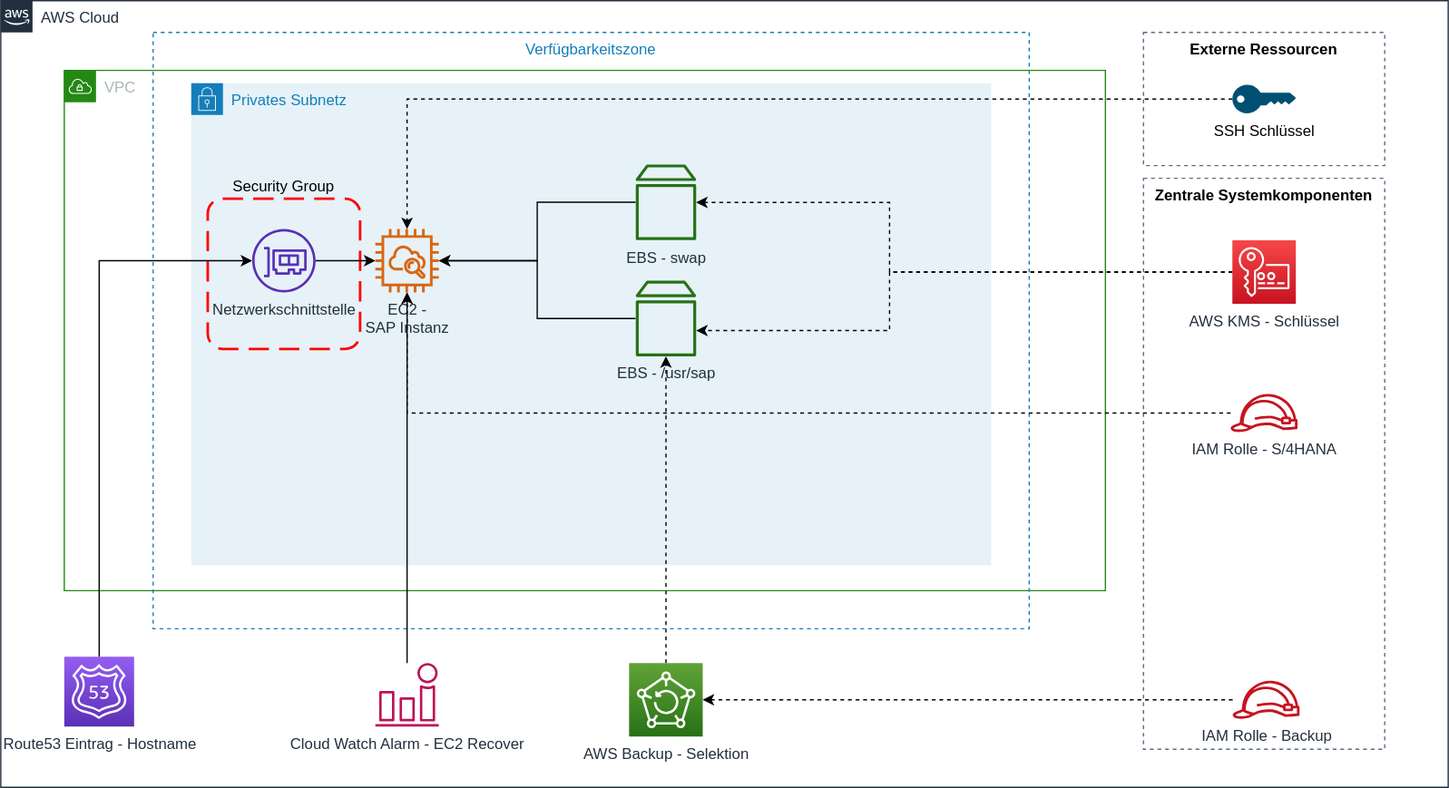
FlorianL-Git/aws-sap-iac keeps this draw.io diagram as modules/ascs/images/Architecture.svg. Above is the earlier version. Source tidied: cells renumbered, new cells last; positions are measured from the earlier drawing's top-left corner, leaving out a move shared by most shapes.
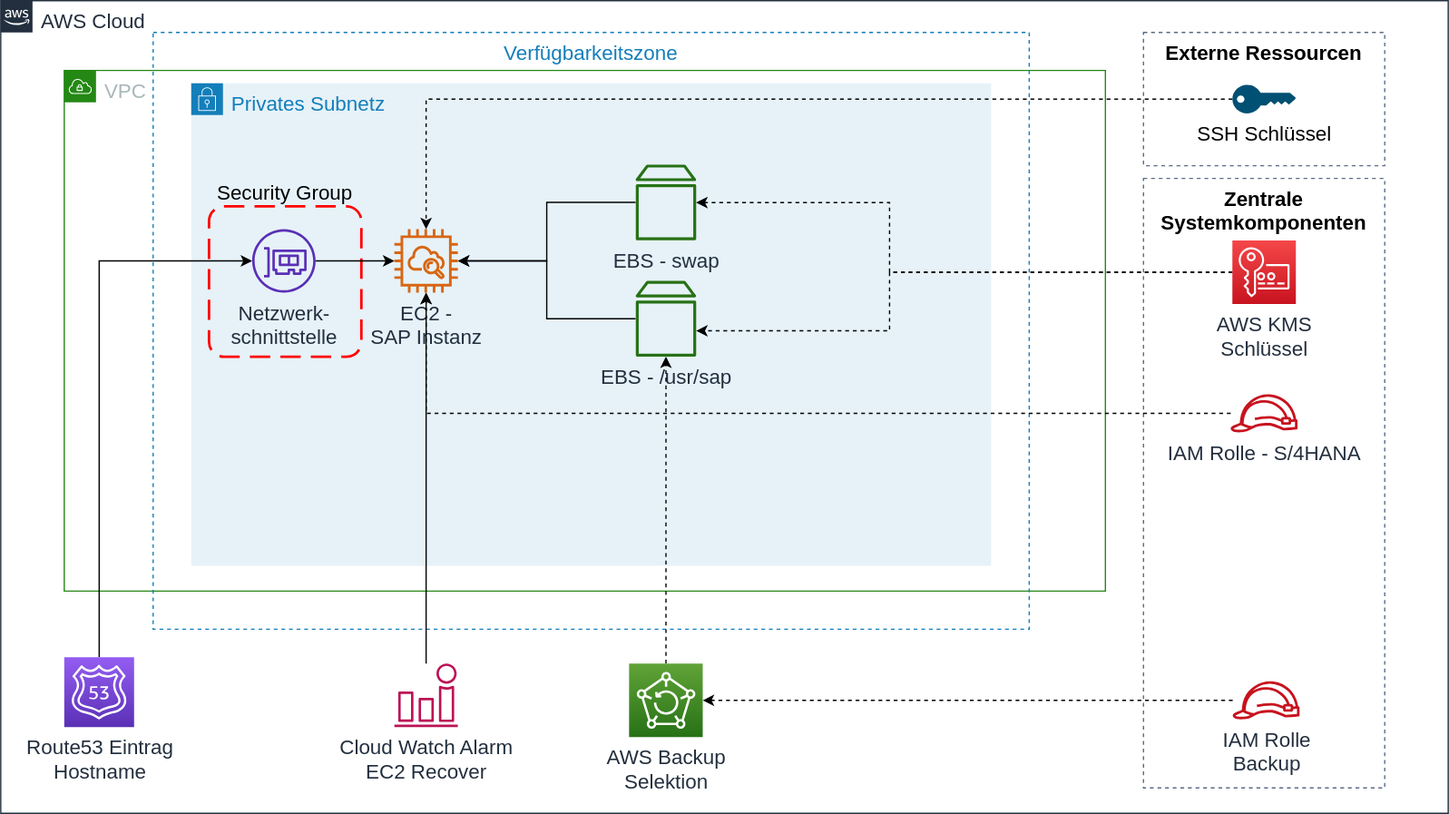
After the commit.

Change to the diagram source:
```diff
@@ -2,68 +2,68 @@
   <root>
     <mxCell id="0" />
     <mxCell id="1" parent="0" />
-    <mxCell id="2" value="Privates Subnetz" style="gradientColor=none;html=1;whiteSpace=wrap;fontSize=12;fontStyle=0;shape=mxgraph.aws4.group;grIcon=mxgraph.aws4.group_security_group;grStroke=0;strokeColor=#147EBA;fillColor=#E6F2F8;verticalAlign=top;align=left;spacingLeft=30;fontColor=#147EBA;dashed=0;" parent="1" vertex="1">
+    <mxCell id="2" value="Privates Subnetz" style="gradientColor=none;html=1;whiteSpace=wrap;fontSize=16;fontStyle=0;shape=mxgraph.aws4.group;grIcon=mxgraph.aws4.group_security_group;grStroke=0;strokeColor=#147EBA;fillColor=#E6F2F8;verticalAlign=top;align=left;spacingLeft=30;fontColor=#147EBA;dashed=0;" parent="1" vertex="1">
       <mxGeometry x="150" y="65" width="630" height="380" as="geometry" />
     </mxCell>
-    <mxCell id="3" value="AWS Cloud" style="gradientColor=none;html=1;whiteSpace=wrap;fontSize=12;fontStyle=0;shape=mxgraph.aws4.group;grIcon=mxgraph.aws4.group_aws_cloud_alt;strokeColor=#232F3E;fillColor=none;verticalAlign=top;align=left;spacingLeft=30;fontColor=#232F3E;dashed=0;" parent="1" vertex="1">
-      <mxGeometry width="1140" height="620" as="geometry" />
+    <mxCell id="3" value="AWS Cloud" style="gradientColor=none;html=1;whiteSpace=wrap;fontSize=16;fontStyle=0;shape=mxgraph.aws4.group;grIcon=mxgraph.aws4.group_aws_cloud_alt;strokeColor=#232F3E;fillColor=none;verticalAlign=top;align=left;spacingLeft=30;fontColor=#232F3E;dashed=0;" parent="1" vertex="1">
+      <mxGeometry width="1140" height="640" as="geometry" />
     </mxCell>
-    <mxCell id="4" value="VPC" style="gradientColor=none;html=1;whiteSpace=wrap;fontSize=12;fontStyle=0;shape=mxgraph.aws4.group;grIcon=mxgraph.aws4.group_vpc;strokeColor=#248814;fillColor=none;verticalAlign=top;align=left;spacingLeft=30;fontColor=#AAB7B8;dashed=0;" parent="1" vertex="1">
+    <mxCell id="4" value="VPC" style="gradientColor=none;html=1;whiteSpace=wrap;fontSize=16;fontStyle=0;shape=mxgraph.aws4.group;grIcon=mxgraph.aws4.group_vpc;strokeColor=#248814;fillColor=none;verticalAlign=top;align=left;spacingLeft=30;fontColor=#AAB7B8;dashed=0;" parent="1" vertex="1">
       <mxGeometry x="50" y="55" width="820" height="410" as="geometry" />
     </mxCell>
-    <mxCell id="5" value="Verfügbarkeitszone" style="fillColor=none;strokeColor=#147EBA;dashed=1;verticalAlign=top;fontStyle=0;fontColor=#147EBA;" parent="1" vertex="1">
+    <mxCell id="5" value="Verfügbarkeitszone" style="fillColor=none;strokeColor=#147EBA;dashed=1;verticalAlign=top;fontStyle=0;fontColor=#147EBA;fontSize=16;" parent="1" vertex="1">
       <mxGeometry x="120" y="25" width="690" height="470" as="geometry" />
     </mxCell>
-    <mxCell id="6" value="Netzwerkschnittstelle" style="outlineConnect=0;fontColor=#232F3E;gradientColor=none;fillColor=#5A30B5;strokeColor=none;dashed=0;verticalLabelPosition=bottom;verticalAlign=top;align=center;html=1;fontSize=12;fontStyle=0;shape=mxgraph.aws4.elastic_network_interface;" parent="1" vertex="1">
+    <mxCell id="6" value="Netzwerk-&lt;br&gt;schnittstelle" style="outlineConnect=0;fontColor=#232F3E;gradientColor=none;fillColor=#5A30B5;strokeColor=none;dashed=0;verticalLabelPosition=bottom;verticalAlign=top;align=center;html=1;fontSize=16;fontStyle=0;shape=mxgraph.aws4.elastic_network_interface;" parent="1" vertex="1">
       <mxGeometry x="198" y="180" width="50" height="50" as="geometry" />
     </mxCell>
-    <mxCell id="7" value="Security Group" style="rounded=1;arcSize=10;dashed=1;strokeColor=#ff0000;fillColor=none;gradientColor=none;dashPattern=8 4;strokeWidth=2;verticalAlign=bottom;labelPosition=center;verticalLabelPosition=top;align=center;" parent="1" vertex="1">
-      <mxGeometry x="163" y="156" width="120" height="118.4" as="geometry" />
+    <mxCell id="7" value="Security Group" style="rounded=1;arcSize=10;dashed=1;strokeColor=#ff0000;fillColor=none;gradientColor=none;dashPattern=8 4;strokeWidth=2;verticalAlign=bottom;labelPosition=center;verticalLabelPosition=top;align=center;fontSize=16;" parent="1" vertex="1">
+      <mxGeometry x="164" y="162" width="120" height="118.4" as="geometry" />
     </mxCell>
-    <mxCell id="8" value="Zentrale Systemkomponenten" style="fillColor=none;strokeColor=#5A6C86;dashed=1;verticalAlign=top;fontStyle=1;" parent="1" vertex="1">
-      <mxGeometry x="900" y="140" width="190" height="450" as="geometry" />
+    <mxCell id="8" value="Zentrale &#10;Systemkomponenten" style="fillColor=none;strokeColor=#5A6C86;dashed=1;verticalAlign=top;fontStyle=1;fontSize=16;" parent="1" vertex="1">
+      <mxGeometry x="900" y="140" width="190" height="480" as="geometry" />
     </mxCell>
-    <mxCell id="9" style="edgeStyle=orthogonalEdgeStyle;rounded=0;jettySize=auto;html=1;" parent="1" edge="1" source="10" target="6">
+    <mxCell id="9" style="edgeStyle=orthogonalEdgeStyle;rounded=0;jettySize=auto;html=1;fontSize=16;" parent="1" edge="1" source="10" target="6">
       <mxGeometry relative="1" as="geometry">
         <Array as="points">
           <mxPoint x="78" y="205" />
         </Array>
       </mxGeometry>
     </mxCell>
-    <mxCell id="10" value="Route53 Eintrag - Hostname" style="outlineConnect=0;fontColor=#232F3E;gradientColor=#945DF2;gradientDirection=north;fillColor=#5A30B5;strokeColor=#ffffff;dashed=0;verticalLabelPosition=bottom;verticalAlign=top;align=center;html=1;fontSize=12;fontStyle=0;shape=mxgraph.aws4.resourceIcon;resIcon=mxgraph.aws4.route_53;" parent="1" vertex="1">
+    <mxCell id="10" value="Route53 Eintrag &lt;br&gt;Hostname" style="outlineConnect=0;fontColor=#232F3E;gradientColor=#945DF2;gradientDirection=north;fillColor=#5A30B5;strokeColor=#ffffff;dashed=0;verticalLabelPosition=bottom;verticalAlign=top;align=center;html=1;fontSize=16;fontStyle=0;shape=mxgraph.aws4.resourceIcon;resIcon=mxgraph.aws4.route_53;" parent="1" vertex="1">
       <mxGeometry x="50" y="517" width="55" height="55" as="geometry" />
     </mxCell>
-    <mxCell id="11" style="edgeStyle=orthogonalEdgeStyle;rounded=0;jettySize=auto;html=1;" parent="1" edge="1" source="12" target="13">
+    <mxCell id="11" style="edgeStyle=orthogonalEdgeStyle;rounded=0;jettySize=auto;html=1;fontSize=16;" parent="1" edge="1" source="12" target="13">
       <mxGeometry relative="1" as="geometry" />
     </mxCell>
-    <mxCell id="12" value="EBS - /usr/sap" style="outlineConnect=0;fontColor=#232F3E;gradientColor=none;fillColor=#277116;strokeColor=none;dashed=0;verticalLabelPosition=bottom;verticalAlign=top;align=center;html=1;fontSize=12;fontStyle=0;shape=mxgraph.aws4.volume;" parent="1" vertex="1">
+    <mxCell id="12" value="EBS - /usr/sap" style="outlineConnect=0;fontColor=#232F3E;gradientColor=none;fillColor=#277116;strokeColor=none;dashed=0;verticalLabelPosition=bottom;verticalAlign=top;align=center;html=1;fontSize=16;fontStyle=0;shape=mxgraph.aws4.volume;" parent="1" vertex="1">
       <mxGeometry x="500" y="220.5" width="47.7" height="60" as="geometry" />
     </mxCell>
-    <mxCell id="13" value="EC2 - &lt;br&gt;SAP Instanz" style="outlineConnect=0;fontColor=#232F3E;gradientColor=none;fillColor=#D86613;strokeColor=none;dashed=0;verticalLabelPosition=bottom;verticalAlign=top;align=center;html=1;fontSize=12;fontStyle=0;shape=mxgraph.aws4.instance_with_cloudwatch2;" parent="1" vertex="1">
-      <mxGeometry x="295" y="180" width="50" height="50" as="geometry" />
+    <mxCell id="13" value="EC2 - &lt;br style=&quot;font-size: 16px;&quot;&gt;SAP Instanz" style="outlineConnect=0;fontColor=#232F3E;gradientColor=none;fillColor=#D86613;strokeColor=none;dashed=0;verticalLabelPosition=bottom;verticalAlign=top;align=center;html=1;fontSize=16;fontStyle=0;shape=mxgraph.aws4.instance_with_cloudwatch2;" parent="1" vertex="1">
+      <mxGeometry x="310" y="180" width="50" height="50" as="geometry" />
     </mxCell>
-    <mxCell id="14" style="edgeStyle=orthogonalEdgeStyle;rounded=0;jettySize=auto;html=1;" parent="1" edge="1" source="15" target="13">
+    <mxCell id="14" style="edgeStyle=orthogonalEdgeStyle;rounded=0;jettySize=auto;html=1;fontSize=16;" parent="1" edge="1" source="15" target="13">
       <mxGeometry relative="1" as="geometry" />
     </mxCell>
-    <mxCell id="15" value="EBS - swap" style="outlineConnect=0;fontColor=#232F3E;gradientColor=none;fillColor=#277116;strokeColor=none;dashed=0;verticalLabelPosition=bottom;verticalAlign=top;align=center;html=1;fontSize=12;fontStyle=0;shape=mxgraph.aws4.volume;" parent="1" vertex="1">
+    <mxCell id="15" value="EBS - swap" style="outlineConnect=0;fontColor=#232F3E;gradientColor=none;fillColor=#277116;strokeColor=none;dashed=0;verticalLabelPosition=bottom;verticalAlign=top;align=center;html=1;fontSize=16;fontStyle=0;shape=mxgraph.aws4.volume;" parent="1" vertex="1">
       <mxGeometry x="500" y="128.9" width="47.7" height="60" as="geometry" />
     </mxCell>
-    <mxCell id="16" style="edgeStyle=orthogonalEdgeStyle;rounded=0;jettySize=auto;html=1;dashed=1;" parent="1" edge="1" source="17" target="13">
+    <mxCell id="16" style="edgeStyle=orthogonalEdgeStyle;rounded=0;jettySize=auto;html=1;dashed=1;fontSize=16;" parent="1" edge="1" source="17" target="13">
       <mxGeometry relative="1" as="geometry" />
     </mxCell>
-    <mxCell id="17" value="IAM Rolle - S/4HANA" style="outlineConnect=0;fontColor=#232F3E;gradientColor=none;fillColor=#C7131F;strokeColor=none;dashed=0;verticalLabelPosition=bottom;verticalAlign=top;align=center;html=1;fontSize=12;fontStyle=0;shape=mxgraph.aws4.role;" parent="1" vertex="1">
+    <mxCell id="17" value="IAM Rolle - S/4HANA" style="outlineConnect=0;fontColor=#232F3E;gradientColor=none;fillColor=#C7131F;strokeColor=none;dashed=0;verticalLabelPosition=bottom;verticalAlign=top;align=center;html=1;fontSize=16;fontStyle=0;shape=mxgraph.aws4.role;" parent="1" vertex="1">
       <mxGeometry x="968.4" y="310" width="53.2" height="30" as="geometry" />
     </mxCell>
-    <mxCell id="18" style="edgeStyle=none;rounded=0;jettySize=auto;html=1;" parent="1" edge="1" source="6" target="13">
+    <mxCell id="18" style="edgeStyle=none;rounded=0;jettySize=auto;html=1;fontSize=16;" parent="1" edge="1" source="6" target="13">
       <mxGeometry relative="1" as="geometry" />
     </mxCell>
-    <mxCell id="19" style="edgeStyle=none;rounded=0;jettySize=auto;html=1;" parent="1" edge="1" source="20" target="13">
+    <mxCell id="19" style="edgeStyle=none;rounded=0;jettySize=auto;html=1;fontSize=16;" parent="1" edge="1" source="20" target="13">
       <mxGeometry relative="1" as="geometry" />
     </mxCell>
-    <mxCell id="20" value="Cloud Watch Alarm - EC2 Recover" style="outlineConnect=0;fontColor=#232F3E;gradientColor=none;fillColor=#BC1356;strokeColor=none;dashed=0;verticalLabelPosition=bottom;verticalAlign=top;align=center;html=1;fontSize=12;fontStyle=0;shape=mxgraph.aws4.alarm;" parent="1" vertex="1">
-      <mxGeometry x="295" y="522" width="50" height="50" as="geometry" />
+    <mxCell id="20" value="Cloud Watch Alarm &lt;br&gt;EC2 Recover" style="outlineConnect=0;fontColor=#232F3E;gradientColor=none;fillColor=#BC1356;strokeColor=none;dashed=0;verticalLabelPosition=bottom;verticalAlign=top;align=center;html=1;fontSize=16;fontStyle=0;shape=mxgraph.aws4.alarm;" parent="1" vertex="1">
+      <mxGeometry x="310" y="522" width="50" height="50" as="geometry" />
     </mxCell>
-    <mxCell id="21" style="edgeStyle=orthogonalEdgeStyle;rounded=0;jettySize=auto;html=1;dashed=1;" parent="1" edge="1" source="23" target="12">
+    <mxCell id="21" style="edgeStyle=orthogonalEdgeStyle;rounded=0;jettySize=auto;html=1;dashed=1;fontSize=16;" parent="1" edge="1" source="23" target="12">
       <mxGeometry relative="1" as="geometry">
         <Array as="points">
           <mxPoint x="700" y="214" />
@@ -71,7 +71,7 @@
         </Array>
       </mxGeometry>
     </mxCell>
-    <mxCell id="22" style="edgeStyle=orthogonalEdgeStyle;rounded=0;jettySize=auto;html=1;dashed=1;" parent="1" edge="1" source="23" target="15">
+    <mxCell id="22" style="edgeStyle=orthogonalEdgeStyle;rounded=0;jettySize=auto;html=1;dashed=1;fontSize=16;" parent="1" edge="1" source="23" target="15">
       <mxGeometry relative="1" as="geometry">
         <Array as="points">
           <mxPoint x="700" y="214" />
@@ -79,28 +79,28 @@
         </Array>
       </mxGeometry>
     </mxCell>
-    <mxCell id="23" value="AWS KMS - Schlüssel" style="outlineConnect=0;fontColor=#232F3E;gradientColor=#F54749;gradientDirection=north;fillColor=#C7131F;strokeColor=#ffffff;dashed=0;verticalLabelPosition=bottom;verticalAlign=top;align=center;html=1;fontSize=12;fontStyle=0;shape=mxgraph.aws4.resourceIcon;resIcon=mxgraph.aws4.key_management_service;" parent="1" vertex="1">
+    <mxCell id="23" value="AWS KMS &lt;br&gt;Schlüssel" style="outlineConnect=0;fontColor=#232F3E;gradientColor=#F54749;gradientDirection=north;fillColor=#C7131F;strokeColor=#ffffff;dashed=0;verticalLabelPosition=bottom;verticalAlign=top;align=center;html=1;fontSize=16;fontStyle=0;shape=mxgraph.aws4.resourceIcon;resIcon=mxgraph.aws4.key_management_service;" parent="1" vertex="1">
       <mxGeometry x="970" y="188.9" width="50" height="50" as="geometry" />
     </mxCell>
-    <mxCell id="24" style="edgeStyle=orthogonalEdgeStyle;rounded=0;jettySize=auto;html=1;dashed=1;" parent="1" edge="1" source="25" target="13">
+    <mxCell id="24" style="edgeStyle=orthogonalEdgeStyle;rounded=0;jettySize=auto;html=1;dashed=1;fontSize=16;" parent="1" edge="1" source="25" target="13">
       <mxGeometry relative="1" as="geometry" />
     </mxCell>
-    <mxCell id="25" value="SSH Schlüssel" style="points=[[0,0.5,0],[0.24,0,0],[0.5,0.28,0],[0.995,0.475,0],[0.5,0.72,0],[0.24,1,0]];verticalLabelPosition=bottom;html=1;verticalAlign=top;align=center;shape=mxgraph.cisco19.key;fillColor=#005073;strokeColor=none;" parent="1" vertex="1">
+    <mxCell id="25" value="SSH Schlüssel" style="points=[[0,0.5,0],[0.24,0,0],[0.5,0.28,0],[0.995,0.475,0],[0.5,0.72,0],[0.24,1,0]];verticalLabelPosition=bottom;html=1;verticalAlign=top;align=center;shape=mxgraph.cisco19.key;fillColor=#005073;strokeColor=none;fontSize=16;" parent="1" vertex="1">
       <mxGeometry x="970" y="66.2" width="50" height="22.5" as="geometry" />
     </mxCell>
-    <mxCell id="26" value="Externe Ressourcen" style="fillColor=none;strokeColor=#5A6C86;dashed=1;verticalAlign=top;fontStyle=1;" parent="1" vertex="1">
+    <mxCell id="26" value="Externe Ressourcen" style="fillColor=none;strokeColor=#5A6C86;dashed=1;verticalAlign=top;fontStyle=1;fontSize=16;" parent="1" vertex="1">
       <mxGeometry x="900" y="25" width="190" height="105" as="geometry" />
     </mxCell>
-    <mxCell id="27" style="edgeStyle=orthogonalEdgeStyle;rounded=0;jettySize=auto;html=1;dashed=1;" parent="1" edge="1" source="28" target="12">
+    <mxCell id="27" style="edgeStyle=orthogonalEdgeStyle;rounded=0;jettySize=auto;html=1;dashed=1;fontSize=16;" parent="1" edge="1" source="28" target="12">
       <mxGeometry relative="1" as="geometry" />
     </mxCell>
-    <mxCell id="28" value="AWS Backup - Selektion" style="outlineConnect=0;fontColor=#232F3E;gradientColor=#60A337;gradientDirection=north;fillColor=#277116;strokeColor=#ffffff;dashed=0;verticalLabelPosition=bottom;verticalAlign=top;align=center;html=1;fontSize=12;fontStyle=0;shape=mxgraph.aws4.resourceIcon;resIcon=mxgraph.aws4.backup;" parent="1" vertex="1">
+    <mxCell id="28" value="AWS Backup &lt;br&gt;Selektion" style="outlineConnect=0;fontColor=#232F3E;gradientColor=#60A337;gradientDirection=north;fillColor=#277116;strokeColor=#ffffff;dashed=0;verticalLabelPosition=bottom;verticalAlign=top;align=center;html=1;fontSize=16;fontStyle=0;shape=mxgraph.aws4.resourceIcon;resIcon=mxgraph.aws4.backup;" parent="1" vertex="1">
       <mxGeometry x="494.9" y="522" width="58" height="58" as="geometry" />
     </mxCell>
-    <mxCell id="29" style="edgeStyle=orthogonalEdgeStyle;rounded=0;jettySize=auto;html=1;dashed=1;" parent="1" edge="1" source="30" target="28">
+    <mxCell id="29" style="edgeStyle=orthogonalEdgeStyle;rounded=0;jettySize=auto;html=1;dashed=1;fontSize=16;" parent="1" edge="1" source="30" target="28">
       <mxGeometry relative="1" as="geometry" />
     </mxCell>
-    <mxCell id="30" value="IAM Rolle - Backup" style="outlineConnect=0;fontColor=#232F3E;gradientColor=none;fillColor=#C7131F;strokeColor=none;dashed=0;verticalLabelPosition=bottom;verticalAlign=top;align=center;html=1;fontSize=12;fontStyle=0;shape=mxgraph.aws4.role;" parent="1" vertex="1">
+    <mxCell id="30" value="IAM Rolle &lt;br&gt;Backup" style="outlineConnect=0;fontColor=#232F3E;gradientColor=none;fillColor=#C7131F;strokeColor=none;dashed=0;verticalLabelPosition=bottom;verticalAlign=top;align=center;html=1;fontSize=16;fontStyle=0;shape=mxgraph.aws4.role;" parent="1" vertex="1">
       <mxGeometry x="970" y="536" width="53.2" height="30" as="geometry" />
     </mxCell>
   </root>
```
